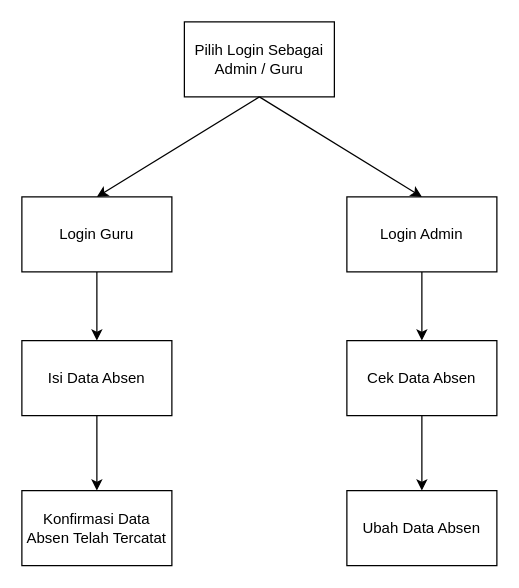
Before: SitemapSIKG.drawio in rayi512x/sikg, a draw.io diagram. Source tidied: cells renumbered, new cells numbered last; positions are measured from the earlier drawing's top-left corner, leaving out a move shared by most shapes. Both pictures are drawn from the tidied source at 125%, with x=0, y=0 at pixel (21, 21).
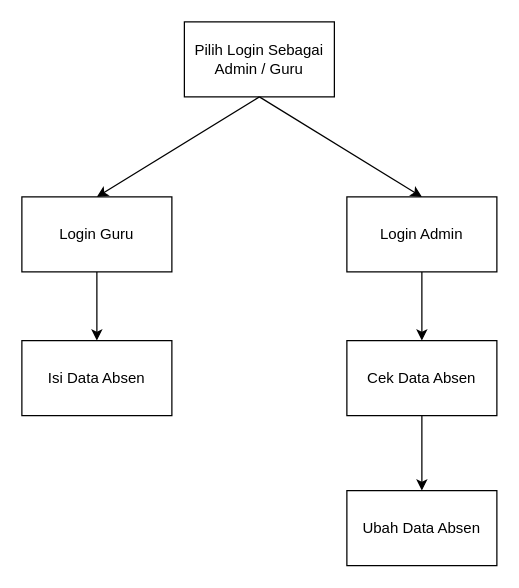
After the change.

Commit message (it also covers changes not shown here):
Fix sitemap and mockup link

What changed in the source:
```diff
@@
 <mxGraphModel>
   <root>
     <mxCell id="0" />
     <mxCell id="1" parent="0" />
     <mxCell id="2" value="Pilih Login Sebagai Admin / Guru" style="rounded=0;whiteSpace=wrap;html=1;" parent="1" vertex="1">
       <mxGeometry x="130" width="120" height="60" as="geometry" />
     </mxCell>
     <mxCell id="3" style="edgeStyle=orthogonalEdgeStyle;rounded=0;jettySize=auto;html=1;exitX=0.5;exitY=1;exitDx=0;exitDy=0;entryX=0.5;entryY=0;entryDx=0;entryDy=0;" parent="1" edge="1" source="4" target="8">
       <mxGeometry relative="1" as="geometry" />
     </mxCell>
     <mxCell id="4" value="Login Guru" style="rounded=0;whiteSpace=wrap;html=1;" parent="1" vertex="1">
       <mxGeometry y="140" width="120" height="60" as="geometry" />
     </mxCell>
     <mxCell id="5" style="edgeStyle=orthogonalEdgeStyle;rounded=0;jettySize=auto;html=1;exitX=0.5;exitY=1;exitDx=0;exitDy=0;entryX=0.5;entryY=0;entryDx=0;entryDy=0;" parent="1" edge="1" source="6" target="11">
       <mxGeometry relative="1" as="geometry" />
     </mxCell>
     <mxCell id="6" value="Login Admin" style="rounded=0;whiteSpace=wrap;html=1;" parent="1" vertex="1">
       <mxGeometry x="260" y="140" width="120" height="60" as="geometry" />
     </mxCell>
-    <mxCell id="7" style="edgeStyle=orthogonalEdgeStyle;rounded=0;jettySize=auto;html=1;exitX=0.5;exitY=1;exitDx=0;exitDy=0;entryX=0.5;entryY=0;entryDx=0;entryDy=0;" parent="1" edge="1" source="8" target="9">
-      <mxGeometry relative="1" as="geometry" />
-    </mxCell>
     <mxCell id="8" value="Isi Data Absen" style="rounded=0;whiteSpace=wrap;html=1;" parent="1" vertex="1">
       <mxGeometry y="255" width="120" height="60" as="geometry" />
     </mxCell>
-    <mxCell id="9" value="Konfirmasi Data Absen Telah Tercatat" style="rounded=0;whiteSpace=wrap;html=1;" parent="1" vertex="1">
-      <mxGeometry y="375" width="120" height="60" as="geometry" />
-    </mxCell>
     <mxCell id="10" style="edgeStyle=orthogonalEdgeStyle;rounded=0;jettySize=auto;html=1;exitX=0.5;exitY=1;exitDx=0;exitDy=0;entryX=0.5;entryY=0;entryDx=0;entryDy=0;" parent="1" edge="1" source="11" target="12">
       <mxGeometry relative="1" as="geometry" />
     </mxCell>
     <mxCell id="11" value="Cek Data Absen" style="rounded=0;whiteSpace=wrap;html=1;" parent="1" vertex="1">
       <mxGeometry x="260" y="255" width="120" height="60" as="geometry" />
     </mxCell>
     <mxCell id="12" value="Ubah Data Absen" style="rounded=0;whiteSpace=wrap;html=1;" parent="1" vertex="1">
       <mxGeometry x="260" y="375" width="120" height="60" as="geometry" />
     </mxCell>
     <mxCell id="13" style="endArrow=none;startArrow=classic;html=1;rounded=0;entryX=0.5;entryY=1;entryDx=0;entryDy=0;exitX=0.5;exitY=0;exitDx=0;exitDy=0;startFill=1;" parent="1" edge="1" source="4" target="2">
       <mxGeometry relative="1" as="geometry" />
     </mxCell>
     <mxCell id="14" style="endArrow=none;startArrow=classic;html=1;rounded=0;exitX=0.5;exitY=0;exitDx=0;exitDy=0;startFill=1;" parent="1" edge="1" source="6">
       <mxGeometry relative="1" as="geometry">
         <mxPoint x="190" y="60" as="targetPoint" />
       </mxGeometry>
     </mxCell>
   </root>
 </mxGraphModel>
```
